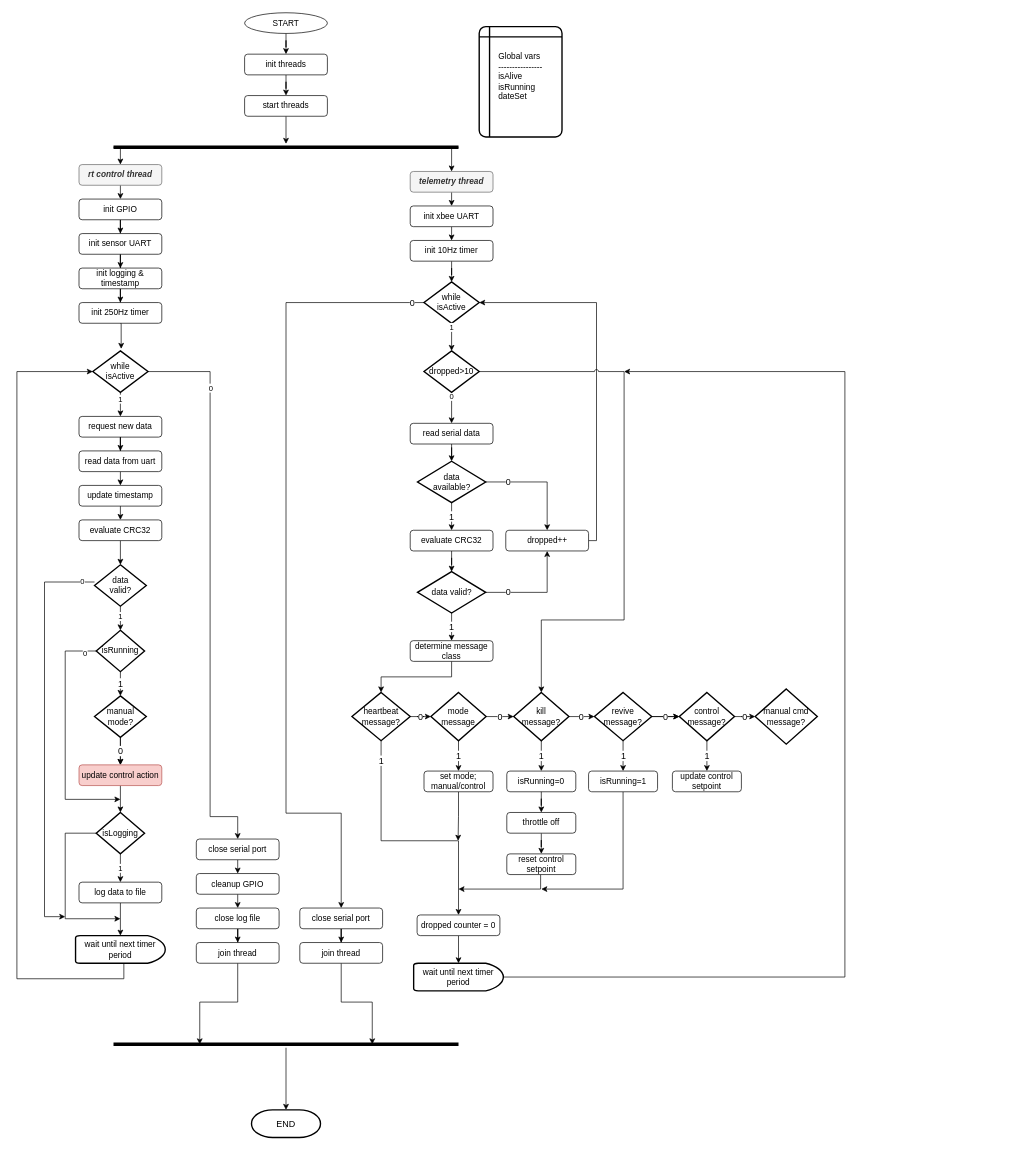
Above: design/jetson_nano/jetson_flow.drawio in vikylenaidoo/EEE4022S_FinalYearProject_Report (draw.io), before the change. Source tidied: cells renumbered, new cells numbered last; positions are measured from the earlier drawing's top-left corner, leaving out a move shared by most shapes. Both pictures are drawn from the tidied source at 69%, with x=0, y=0 at pixel (17, 12).
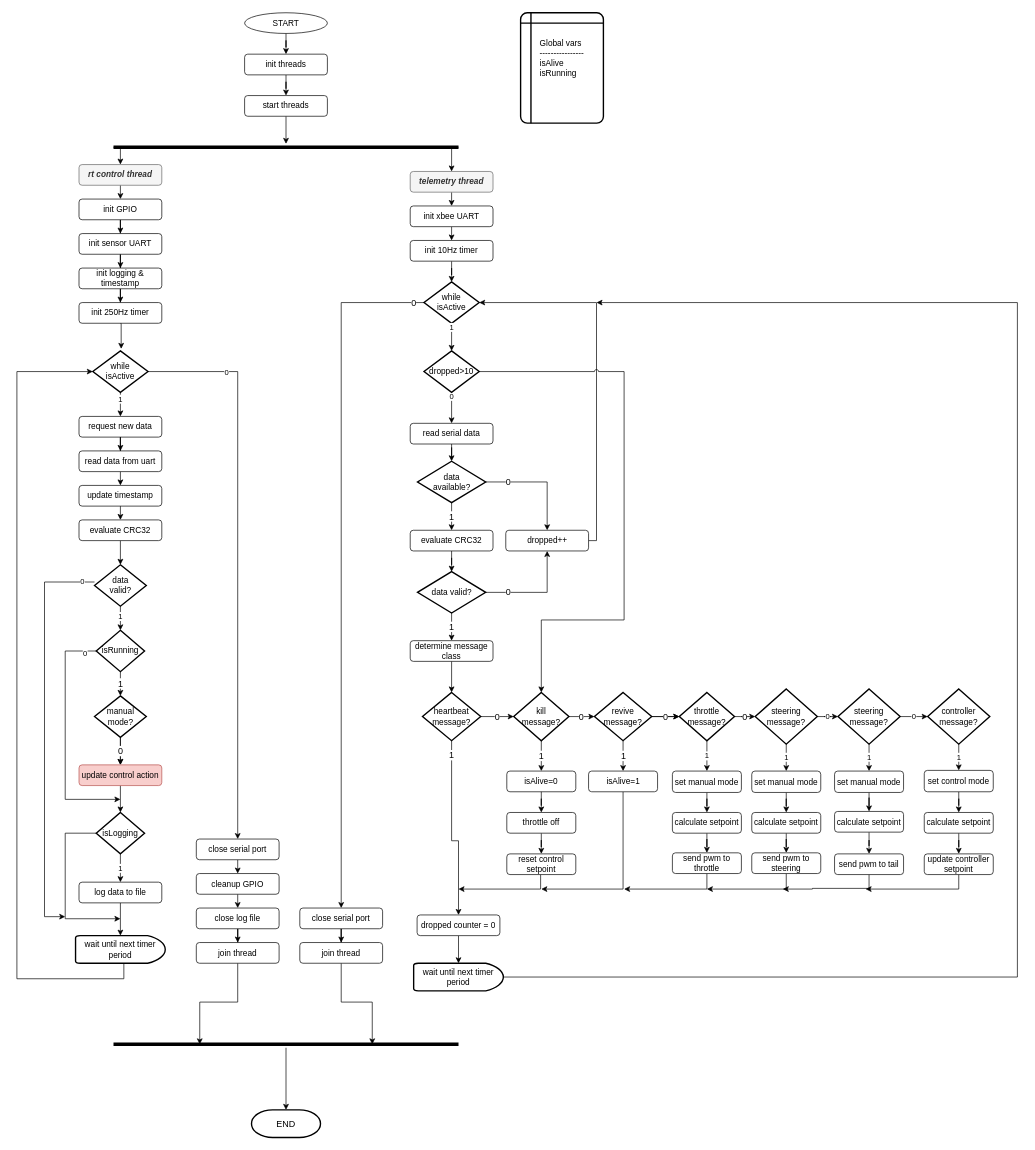
The same page after the edit.

Unchanged cells that the change refers to:
```xml
<mxCell id="51" value="&lt;div&gt;while&lt;/div&gt;&lt;div&gt;isActive&lt;br&gt;&lt;/div&gt;" style="strokeWidth=2;html=1;shape=mxgraph.flowchart.decision;whiteSpace=wrap;shadow=0;glass=0;sketch=0;gradientColor=none;" parent="1" vertex="1">
  <mxGeometry x="110" y="490" width="80" height="60" as="geometry" />
</mxCell>
<mxCell id="53" value="close serial port" style="rounded=1;whiteSpace=wrap;html=1;" parent="1" vertex="1">
  <mxGeometry x="260" y="1197.5" width="120" height="30" as="geometry" />
</mxCell>
<mxCell id="64" value="&lt;div&gt;while&lt;/div&gt;&lt;div&gt;isActive&lt;br&gt;&lt;/div&gt;" style="strokeWidth=2;html=1;shape=mxgraph.flowchart.decision;whiteSpace=wrap;shadow=0;glass=0;sketch=0;gradientColor=none;" parent="1" vertex="1">
  <mxGeometry x="590" y="390" width="80" height="60" as="geometry" />
</mxCell>
<mxCell id="74" value="dropped counter = 0" style="rounded=1;whiteSpace=wrap;html=1;" parent="1" vertex="1">
  <mxGeometry x="580" y="1307.5" width="120" height="30" as="geometry" />
</mxCell>
<mxCell id="87" value="&lt;div&gt;kill&lt;/div&gt;&lt;div&gt; message?&lt;/div&gt;" style="strokeWidth=2;html=1;shape=mxgraph.flowchart.decision;whiteSpace=wrap;shadow=0;glass=0;sketch=0;gradientColor=none;" parent="1" vertex="1">
  <mxGeometry x="720" y="985" width="80" height="70" as="geometry" />
</mxCell>
<mxCell id="99" value="close serial port" style="rounded=1;whiteSpace=wrap;html=1;" parent="1" vertex="1">
  <mxGeometry x="410" y="1297.5" width="120" height="30" as="geometry" />
</mxCell>
<mxCell id="125" value="wait until next timer period" style="strokeWidth=2;html=1;shape=mxgraph.flowchart.delay;whiteSpace=wrap;shadow=0;glass=0;sketch=0;gradientColor=none;" parent="1" vertex="1">
  <mxGeometry x="575" y="1377.5" width="130" height="40" as="geometry" />
</mxCell>
```

What changed in the source:
```diff
@@
-    <mxCell id="11" value="&lt;div align=&quot;left&quot;&gt;Global vars&lt;/div&gt;&lt;div align=&quot;left&quot;&gt;----------------&lt;/div&gt;&lt;div align=&quot;left&quot;&gt;isAlive&lt;/div&gt;&lt;div align=&quot;left&quot;&gt;isRunning&lt;/div&gt;&lt;div align=&quot;left&quot;&gt;dateSet&lt;/div&gt;&lt;div align=&quot;left&quot;&gt;&lt;br&gt;&lt;/div&gt;" style="shape=internalStorage;whiteSpace=wrap;html=1;dx=15;dy=15;rounded=1;arcSize=8;strokeWidth=2;" parent="1" vertex="1">
-      <mxGeometry x="670" y="20" width="120" height="160" as="geometry" />
+    <mxCell id="11" value="&lt;div align=&quot;left&quot;&gt;Global vars&lt;/div&gt;&lt;div align=&quot;left&quot;&gt;----------------&lt;/div&gt;&lt;div align=&quot;left&quot;&gt;isAlive&lt;/div&gt;&lt;div align=&quot;left&quot;&gt;isRunning&lt;/div&gt;&lt;div align=&quot;left&quot;&gt;&lt;br&gt;&lt;/div&gt;&lt;div align=&quot;left&quot;&gt;&lt;br&gt;&lt;/div&gt;" style="shape=internalStorage;whiteSpace=wrap;html=1;dx=15;dy=15;rounded=1;arcSize=8;strokeWidth=2;" parent="1" vertex="1">
+      <mxGeometry x="730" width="120" height="160" as="geometry" />
     </mxCell>
@@
     <mxCell id="49" style="edgeStyle=orthogonalEdgeStyle;rounded=0;jettySize=auto;html=1;entryX=0.5;entryY=0;entryDx=0;entryDy=0;" parent="1" edge="1" source="51" target="53">
       <mxGeometry relative="1" as="geometry">
         <Array as="points">
-          <mxPoint x="280" y="520" />
-          <mxPoint x="280" y="1165" />
-          <mxPoint x="320" y="1165" />
+          <mxPoint x="320" y="520" />
         </Array>
       </mxGeometry>
     </mxCell>
@@
     <mxCell id="63" value="0" style="edgeStyle=orthogonalEdgeStyle;rounded=0;jettySize=auto;html=1;exitX=0;exitY=0.5;exitDx=0;exitDy=0;exitPerimeter=0;fontSize=13;entryX=0.5;entryY=0;entryDx=0;entryDy=0;" parent="1" edge="1" source="64" target="99">
       <mxGeometry x="-0.97" relative="1" as="geometry">
         <Array as="points">
-          <mxPoint x="390" y="420" />
-          <mxPoint x="390" y="1160" />
-          <mxPoint x="470" y="1160" />
+          <mxPoint x="470" y="420" />
         </Array>
       </mxGeometry>
     </mxCell>
@@
     <mxCell id="69" value="1" style="edgeStyle=orthogonalEdgeStyle;rounded=0;jettySize=auto;html=1;fontSize=13;entryX=0.5;entryY=0;entryDx=0;entryDy=0;exitX=0.5;exitY=1;exitDx=0;exitDy=0;exitPerimeter=0;" parent="1" edge="1" source="71" target="74">
       <mxGeometry x="-0.84" relative="1" as="geometry">
         <Array as="points">
-          <mxPoint x="528" y="1200" />
+          <mxPoint x="630" y="1200" />
           <mxPoint x="640" y="1200" />
         </Array>
       </mxGeometry>
     </mxCell>
-    <mxCell id="70" value="0" style="edgeStyle=orthogonalEdgeStyle;rounded=0;jettySize=auto;html=1;fontSize=13;" parent="1" edge="1" source="71" target="114">
+    <mxCell id="70" value="0" style="edgeStyle=orthogonalEdgeStyle;rounded=0;jettySize=auto;html=1;fontSize=13;entryX=0;entryY=0.5;entryDx=0;entryDy=0;entryPerimeter=0;" parent="1" edge="1" source="71" target="87">
       <mxGeometry relative="1" as="geometry" />
     </mxCell>
     <mxCell id="71" value="heartbeat message?" style="strokeWidth=2;html=1;shape=mxgraph.flowchart.decision;whiteSpace=wrap;shadow=0;glass=0;sketch=0;gradientColor=none;" parent="1" vertex="1">
-      <mxGeometry x="485.6" y="985" width="84.4" height="70" as="geometry" />
+      <mxGeometry x="587.8" y="985" width="84.4" height="70" as="geometry" />
     </mxCell>
     <mxCell id="72" style="edgeStyle=orthogonalEdgeStyle;rounded=0;jumpStyle=arc;jettySize=auto;html=1;fontSize=13;exitX=1;exitY=0.5;exitDx=0;exitDy=0;exitPerimeter=0;" parent="1" edge="1" source="125">
       <mxGeometry relative="1" as="geometry">
-        <mxPoint x="880" y="520" as="targetPoint" />
+        <mxPoint x="840" y="420" as="targetPoint" />
         <Array as="points">
-          <mxPoint x="1200" y="1398" />
-          <mxPoint x="1200" y="520" />
+          <mxPoint x="1450" y="1398" />
+          <mxPoint x="1450" y="420" />
         </Array>
       </mxGeometry>
     </mxCell>
@@
-    <mxCell id="92" value="1" style="edgeStyle=orthogonalEdgeStyle;rounded=0;jettySize=auto;html=1;fontSize=13;" parent="1" edge="1" source="94" target="108">
-      <mxGeometry relative="1" as="geometry" />
-    </mxCell>
@@
+    <mxCell id="126" value="1" style="edgeStyle=orthogonalEdgeStyle;rounded=0;jettySize=auto;html=1;entryX=0.5;entryY=0;entryDx=0;entryDy=0;" parent="1" edge="1" source="94" target="150">
+      <mxGeometry relative="1" as="geometry" />
+    </mxCell>
-    <mxCell id="94" value="&lt;div&gt;control&lt;/div&gt;&lt;div&gt;message?&lt;br&gt;&lt;/div&gt;" style="strokeWidth=2;html=1;shape=mxgraph.flowchart.decision;whiteSpace=wrap;shadow=0;glass=0;sketch=0;gradientColor=none;" parent="1" vertex="1">
+    <mxCell id="94" value="&lt;div&gt;throttle&lt;br&gt;&lt;/div&gt;&lt;div&gt;message?&lt;br&gt;&lt;/div&gt;" style="strokeWidth=2;html=1;shape=mxgraph.flowchart.decision;whiteSpace=wrap;shadow=0;glass=0;sketch=0;gradientColor=none;" parent="1" vertex="1">
       <mxGeometry x="960" y="985" width="80" height="70" as="geometry" />
     </mxCell>
@@
+    <mxCell id="127" value="0" style="edgeStyle=orthogonalEdgeStyle;rounded=0;jettySize=auto;html=1;" parent="1" edge="1" source="107" target="132">
+      <mxGeometry relative="1" as="geometry" />
+    </mxCell>
+    <mxCell id="128" style="edgeStyle=orthogonalEdgeStyle;rounded=0;jettySize=auto;html=1;entryX=0.5;entryY=0;entryDx=0;entryDy=0;" parent="1" edge="1" source="151" target="136">
+      <mxGeometry relative="1" as="geometry" />
+    </mxCell>
-    <mxCell id="107" value="&lt;div&gt;manual cmd&lt;/div&gt;&lt;div&gt;message?&lt;/div&gt;" style="strokeWidth=2;html=1;shape=mxgraph.flowchart.decision;whiteSpace=wrap;shadow=0;glass=0;sketch=0;gradientColor=none;" parent="1" vertex="1">
+    <mxCell id="107" value="&lt;div&gt;steering&lt;br&gt;&lt;/div&gt;&lt;div&gt;message?&lt;/div&gt;" style="strokeWidth=2;html=1;shape=mxgraph.flowchart.decision;whiteSpace=wrap;shadow=0;glass=0;sketch=0;gradientColor=none;" parent="1" vertex="1">
       <mxGeometry x="1070" y="980" width="90" height="80" as="geometry" />
     </mxCell>
+    <mxCell id="129" style="edgeStyle=orthogonalEdgeStyle;rounded=0;jettySize=auto;html=1;" parent="1" edge="1" source="108" target="134">
+      <mxGeometry relative="1" as="geometry" />
+    </mxCell>
-    <mxCell id="108" value="update control setpoint" style="rounded=1;whiteSpace=wrap;html=1;" parent="1" vertex="1">
-      <mxGeometry x="950" y="1099" width="100" height="30" as="geometry" />
+    <mxCell id="108" value="calculate setpoint" style="rounded=1;whiteSpace=wrap;html=1;" parent="1" vertex="1">
+      <mxGeometry x="950" y="1159" width="100" height="30" as="geometry" />
     </mxCell>
-    <mxCell id="109" value="isRunning=0" style="rounded=1;whiteSpace=wrap;html=1;" parent="1" vertex="1">
+    <mxCell id="109" value="isAlive=0" style="rounded=1;whiteSpace=wrap;html=1;" parent="1" vertex="1">
       <mxGeometry x="710" y="1099" width="100" height="30" as="geometry" />
     </mxCell>
@@
-    <mxCell id="111" value="isRunning=1" style="rounded=1;whiteSpace=wrap;html=1;" parent="1" vertex="1">
+    <mxCell id="111" value="isAlive=1" style="rounded=1;whiteSpace=wrap;html=1;" parent="1" vertex="1">
       <mxGeometry x="828.5" y="1099" width="100" height="30" as="geometry" />
     </mxCell>
-    <mxCell id="112" value="1" style="edgeStyle=orthogonalEdgeStyle;rounded=0;jettySize=auto;html=1;fontSize=13;" parent="1" edge="1" source="114" target="116">
-      <mxGeometry relative="1" as="geometry" />
-    </mxCell>
-    <mxCell id="113" value="0" style="edgeStyle=orthogonalEdgeStyle;rounded=0;jettySize=auto;html=1;fontSize=13;" parent="1" edge="1" source="114" target="87">
-      <mxGeometry relative="1" as="geometry" />
-    </mxCell>
-    <mxCell id="114" value="&lt;div&gt;mode&lt;/div&gt;&lt;div&gt;message&lt;br&gt;&lt;/div&gt;" style="strokeWidth=2;html=1;shape=mxgraph.flowchart.decision;whiteSpace=wrap;shadow=0;glass=0;sketch=0;gradientColor=none;" parent="1" vertex="1">
-      <mxGeometry x="600" y="985" width="80" height="70" as="geometry" />
-    </mxCell>
-    <mxCell id="115" style="edgeStyle=orthogonalEdgeStyle;rounded=0;jettySize=auto;html=1;fontSize=13;" parent="1" edge="1" source="116">
-      <mxGeometry relative="1" as="geometry">
-        <mxPoint x="639.4" y="1200" as="targetPoint" />
-      </mxGeometry>
-    </mxCell>
-    <mxCell id="116" value="&lt;div&gt;set mode;&lt;/div&gt;&lt;div&gt;manual/control&lt;br&gt;&lt;/div&gt;" style="rounded=1;whiteSpace=wrap;html=1;" parent="1" vertex="1">
-      <mxGeometry x="590" y="1099" width="100" height="30" as="geometry" />
-    </mxCell>
@@
+    <mxCell id="130" style="edgeStyle=orthogonalEdgeStyle;rounded=0;jettySize=auto;html=1;entryX=0.5;entryY=0;entryDx=0;entryDy=0;" parent="1" edge="1" source="153" target="140">
+      <mxGeometry relative="1" as="geometry" />
+    </mxCell>
+    <mxCell id="131" value="0" style="edgeStyle=orthogonalEdgeStyle;rounded=0;jettySize=auto;html=1;entryX=0;entryY=0.5;entryDx=0;entryDy=0;entryPerimeter=0;" parent="1" edge="1" source="132" target="144">
+      <mxGeometry relative="1" as="geometry" />
+    </mxCell>
+    <mxCell id="132" value="&lt;div&gt;steering&lt;br&gt;&lt;/div&gt;&lt;div&gt;message?&lt;/div&gt;" style="strokeWidth=2;html=1;shape=mxgraph.flowchart.decision;whiteSpace=wrap;shadow=0;glass=0;sketch=0;gradientColor=none;" parent="1" vertex="1">
+      <mxGeometry x="1190" y="980" width="90" height="80" as="geometry" />
+    </mxCell>
+    <mxCell id="133" style="edgeStyle=orthogonalEdgeStyle;rounded=0;jettySize=auto;html=1;" parent="1" edge="1" source="134">
+      <mxGeometry relative="1" as="geometry">
+        <mxPoint x="880" y="1270" as="targetPoint" />
+        <Array as="points">
+          <mxPoint x="1000" y="1270" />
+        </Array>
+      </mxGeometry>
+    </mxCell>
+    <mxCell id="134" value="send pwm to throttle" style="rounded=1;whiteSpace=wrap;html=1;" parent="1" vertex="1">
+      <mxGeometry x="950" y="1217.5" width="100" height="30" as="geometry" />
+    </mxCell>
+    <mxCell id="135" style="edgeStyle=orthogonalEdgeStyle;rounded=0;jettySize=auto;html=1;" parent="1" edge="1" source="136" target="138">
+      <mxGeometry relative="1" as="geometry" />
+    </mxCell>
+    <mxCell id="136" value="calculate setpoint" style="rounded=1;whiteSpace=wrap;html=1;" parent="1" vertex="1">
+      <mxGeometry x="1065" y="1159" width="100" height="30" as="geometry" />
+    </mxCell>
+    <mxCell id="137" style="edgeStyle=orthogonalEdgeStyle;rounded=0;jettySize=auto;html=1;" parent="1" edge="1" source="138">
+      <mxGeometry relative="1" as="geometry">
+        <mxPoint x="1000" y="1270" as="targetPoint" />
+        <Array as="points">
+          <mxPoint x="1115" y="1270" />
+          <mxPoint x="1000" y="1270" />
+        </Array>
+      </mxGeometry>
+    </mxCell>
+    <mxCell id="138" value="send pwm to steering" style="rounded=1;whiteSpace=wrap;html=1;" parent="1" vertex="1">
+      <mxGeometry x="1065" y="1217.5" width="100" height="30" as="geometry" />
+    </mxCell>
+    <mxCell id="139" style="edgeStyle=orthogonalEdgeStyle;rounded=0;jettySize=auto;html=1;entryX=0.5;entryY=0;entryDx=0;entryDy=0;" parent="1" edge="1" source="140" target="142">
+      <mxGeometry relative="1" as="geometry" />
+    </mxCell>
+    <mxCell id="140" value="calculate setpoint" style="rounded=1;whiteSpace=wrap;html=1;" parent="1" vertex="1">
+      <mxGeometry x="1185" y="1157.5" width="100" height="30" as="geometry" />
+    </mxCell>
+    <mxCell id="141" style="edgeStyle=orthogonalEdgeStyle;rounded=0;jettySize=auto;html=1;exitX=0.5;exitY=1;exitDx=0;exitDy=0;" parent="1" edge="1" source="142">
+      <mxGeometry relative="1" as="geometry">
+        <mxPoint x="1110" y="1270" as="targetPoint" />
+        <Array as="points">
+          <mxPoint x="1235" y="1269" />
+          <mxPoint x="1153" y="1269" />
+          <mxPoint x="1153" y="1270" />
+        </Array>
+      </mxGeometry>
+    </mxCell>
+    <mxCell id="142" value="send pwm to tail" style="rounded=1;whiteSpace=wrap;html=1;" parent="1" vertex="1">
+      <mxGeometry x="1185" y="1219" width="100" height="30" as="geometry" />
+    </mxCell>
+    <mxCell id="143" style="edgeStyle=orthogonalEdgeStyle;rounded=0;jettySize=auto;html=1;entryX=0.5;entryY=0;entryDx=0;entryDy=0;" parent="1" edge="1" source="155" target="146">
+      <mxGeometry relative="1" as="geometry" />
+    </mxCell>
+    <mxCell id="144" value="&lt;div&gt;controller&lt;br&gt;&lt;/div&gt;&lt;div&gt;message?&lt;/div&gt;" style="strokeWidth=2;html=1;shape=mxgraph.flowchart.decision;whiteSpace=wrap;shadow=0;glass=0;sketch=0;gradientColor=none;" parent="1" vertex="1">
+      <mxGeometry x="1320" y="980" width="90" height="80" as="geometry" />
+    </mxCell>
+    <mxCell id="145" style="edgeStyle=orthogonalEdgeStyle;rounded=0;jettySize=auto;html=1;entryX=0.5;entryY=0;entryDx=0;entryDy=0;" parent="1" edge="1" source="146" target="148">
+      <mxGeometry relative="1" as="geometry" />
+    </mxCell>
+    <mxCell id="146" value="calculate setpoint" style="rounded=1;whiteSpace=wrap;html=1;" parent="1" vertex="1">
+      <mxGeometry x="1315" y="1159" width="100" height="30" as="geometry" />
+    </mxCell>
+    <mxCell id="147" style="edgeStyle=orthogonalEdgeStyle;rounded=0;jettySize=auto;html=1;" parent="1" edge="1" source="148">
+      <mxGeometry relative="1" as="geometry">
+        <mxPoint x="1230" y="1270" as="targetPoint" />
+        <Array as="points">
+          <mxPoint x="1365" y="1270" />
+        </Array>
+      </mxGeometry>
+    </mxCell>
+    <mxCell id="148" value="update controller setpoint" style="rounded=1;whiteSpace=wrap;html=1;" parent="1" vertex="1">
+      <mxGeometry x="1315" y="1219" width="100" height="30" as="geometry" />
+    </mxCell>
+    <mxCell id="149" style="edgeStyle=orthogonalEdgeStyle;rounded=0;jettySize=auto;html=1;" parent="1" edge="1" source="150" target="108">
+      <mxGeometry relative="1" as="geometry" />
+    </mxCell>
+    <mxCell id="150" value="set manual mode" style="rounded=1;whiteSpace=wrap;html=1;" parent="1" vertex="1">
+      <mxGeometry x="950" y="1099" width="100" height="31" as="geometry" />
+    </mxCell>
+    <mxCell id="151" value="set manual mode" style="rounded=1;whiteSpace=wrap;html=1;" parent="1" vertex="1">
+      <mxGeometry x="1065" y="1099" width="100" height="31" as="geometry" />
+    </mxCell>
+    <mxCell id="152" value="1" style="edgeStyle=orthogonalEdgeStyle;rounded=0;jettySize=auto;html=1;entryX=0.5;entryY=0;entryDx=0;entryDy=0;" parent="1" edge="1" source="107" target="151">
+      <mxGeometry relative="1" as="geometry" />
+    </mxCell>
+    <mxCell id="153" value="set manual mode" style="rounded=1;whiteSpace=wrap;html=1;" parent="1" vertex="1">
+      <mxGeometry x="1185" y="1099" width="100" height="31" as="geometry" />
+    </mxCell>
+    <mxCell id="154" value="1" style="edgeStyle=orthogonalEdgeStyle;rounded=0;jettySize=auto;html=1;entryX=0.5;entryY=0;entryDx=0;entryDy=0;" parent="1" edge="1" source="132" target="153">
+      <mxGeometry relative="1" as="geometry" />
+    </mxCell>
+    <mxCell id="155" value="set control mode" style="rounded=1;whiteSpace=wrap;html=1;" parent="1" vertex="1">
+      <mxGeometry x="1315" y="1098" width="100" height="31" as="geometry" />
+    </mxCell>
+    <mxCell id="156" value="1" style="edgeStyle=orthogonalEdgeStyle;rounded=0;jettySize=auto;html=1;entryX=0.5;entryY=0;entryDx=0;entryDy=0;" parent="1" edge="1" source="144" target="155">
+      <mxGeometry relative="1" as="geometry" />
+    </mxCell>
```
